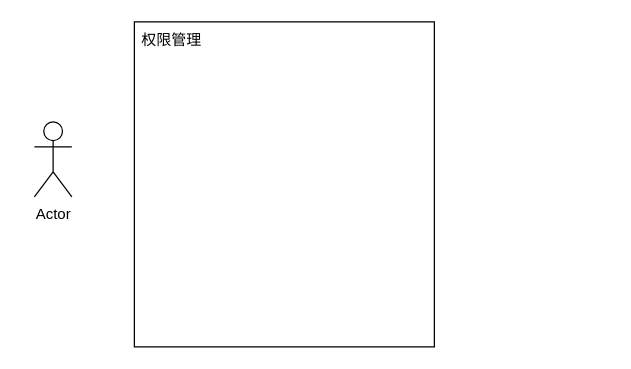
This is 权限管理.drawio from tianshengdiwangK/common, a draw.io file, before an edit. Source tidied: cells renumbered, new cells numbered last; positions are measured from the earlier drawing's top-left corner, leaving out a move shared by most shapes. Both pictures are drawn from the tidied source at 125%, with x=0, y=0 at pixel (34, 21).
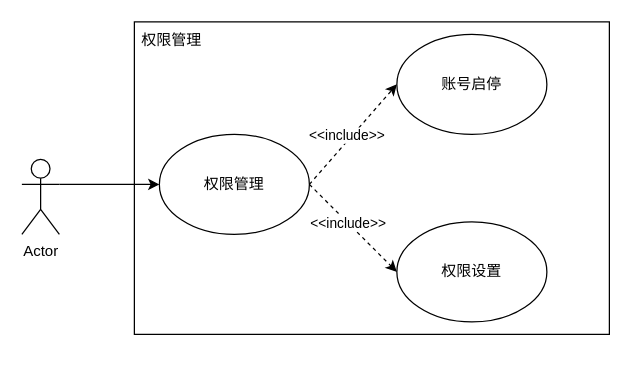
Above is the later version.

Commit message (it also covers changes not shown here):
更新权限管理.drawio

Change to the diagram source:
```diff
@@
 <mxGraphModel>
   <root>
     <mxCell id="0" />
     <mxCell id="1" parent="0" />
     <mxCell id="2" style="rounded=0;whiteSpace=wrap;html=1;" parent="1" vertex="1">
-      <mxGeometry x="80" width="240" height="260" as="geometry" />
+      <mxGeometry x="80" width="380" height="250" as="geometry" />
     </mxCell>
     <mxCell id="3" value="Actor" style="shape=umlActor;verticalLabelPosition=bottom;verticalAlign=top;html=1;outlineConnect=0;" parent="1" vertex="1">
-      <mxGeometry y="80" width="30" height="60" as="geometry" />
+      <mxGeometry x="-10" y="110" width="30" height="60" as="geometry" />
     </mxCell>
     <mxCell id="4" value="权限管理" style="text;strokeColor=none;align=center;fillColor=none;html=1;verticalAlign=middle;whiteSpace=wrap;rounded=0;" parent="1" vertex="1">
       <mxGeometry x="80" width="60" height="30" as="geometry" />
     </mxCell>
+    <mxCell id="5" value="权限管理" style="ellipse;whiteSpace=wrap;html=1;" parent="1" vertex="1">
+      <mxGeometry x="100" y="90" width="120" height="80" as="geometry" />
+    </mxCell>
+    <mxCell id="6" value="账号启停" style="ellipse;whiteSpace=wrap;html=1;" parent="1" vertex="1">
+      <mxGeometry x="290" y="10" width="120" height="80" as="geometry" />
+    </mxCell>
+    <mxCell id="7" value="权限设置" style="ellipse;whiteSpace=wrap;html=1;" parent="1" vertex="1">
+      <mxGeometry x="290" y="160" width="120" height="80" as="geometry" />
+    </mxCell>
+    <mxCell id="8" style="endArrow=classic;html=1;rounded=0;entryX=0;entryY=0.5;entryDx=0;entryDy=0;dashed=1;" parent="1" edge="1" target="6">
+      <mxGeometry relative="1" as="geometry">
+        <mxPoint x="220" y="130" as="sourcePoint" />
+      </mxGeometry>
+    </mxCell>
+    <mxCell id="9" value="&amp;lt;&amp;lt;include&amp;gt;&amp;gt;" style="edgeLabel;html=1;align=center;verticalAlign=middle;" parent="8" vertex="1">
+      <mxGeometry x="-0.39" y="1" relative="1" as="geometry">
+        <mxPoint x="9" y="-15" as="offset" />
+      </mxGeometry>
+    </mxCell>
+    <mxCell id="10" style="endArrow=classic;html=1;rounded=0;exitX=1;exitY=0.5;exitDx=0;exitDy=0;entryX=0;entryY=0.5;entryDx=0;entryDy=0;dashed=1;" parent="1" edge="1" source="5" target="7">
+      <mxGeometry relative="1" as="geometry" />
+    </mxCell>
+    <mxCell id="11" value="&amp;lt;&amp;lt;include&amp;gt;&amp;gt;" style="edgeLabel;html=1;align=center;verticalAlign=middle;" parent="10" vertex="1">
+      <mxGeometry x="-0.34" y="3" relative="1" as="geometry">
+        <mxPoint x="5" y="9" as="offset" />
+      </mxGeometry>
+    </mxCell>
+    <mxCell id="12" style="endArrow=classic;html=1;rounded=0;entryX=0;entryY=0.5;entryDx=0;entryDy=0;exitX=1;exitY=0.3333333333333333;exitDx=0;exitDy=0;exitPerimeter=0;" parent="1" edge="1" source="3" target="5">
+      <mxGeometry relative="1" as="geometry" />
+    </mxCell>
   </root>
 </mxGraphModel>
```
